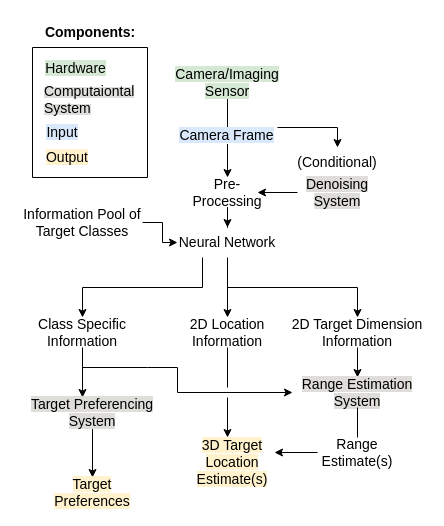
jukkajo/satunnaista-tavaraa keeps this draw.io diagram as Imaging-And-Estimation-System.drawio. Above is the earlier version. Source tidied: cells renumbered, new cells numbered last; positions are measured from the earlier drawing's top-left corner, leaving out a move shared by most shapes. Both pictures are drawn from the tidied source at 100%, with x=0, y=0 at pixel (17, 17).
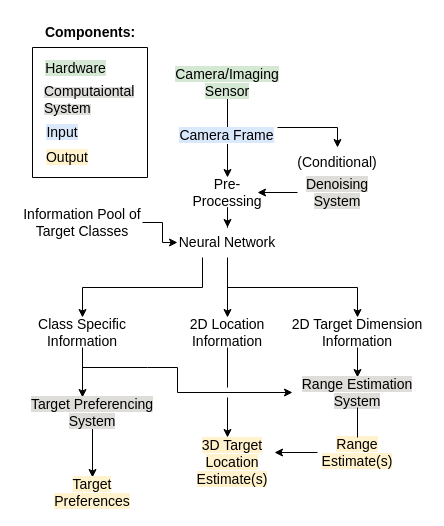
Above is the later version.

The edit, as a diff of the source:
```diff
@@
-    <mxCell id="23" value="&lt;font style=&quot;font-size: 14px;&quot;&gt;Range Estimate(s)&lt;br&gt;&lt;/font&gt;" style="text;html=1;align=center;verticalAlign=middle;whiteSpace=wrap;rounded=0;" parent="1" vertex="1">
+    <mxCell id="23" value="&lt;font style=&quot;font-size: 14px; background-color: rgb(255, 242, 204);&quot;&gt;Range Estimate(s)&lt;br&gt;&lt;/font&gt;" style="text;html=1;align=center;verticalAlign=middle;whiteSpace=wrap;rounded=0;" parent="1" vertex="1">
       <mxGeometry x="300" y="420" width="80" height="30" as="geometry" />
     </mxCell>
```
